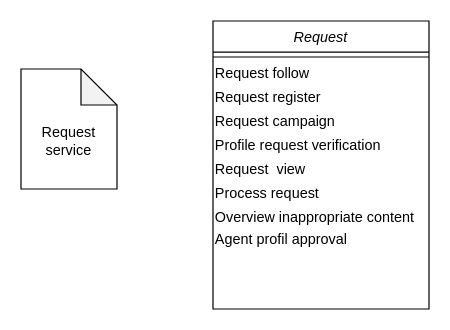
Above: page "Request service" (9 of 10) of Dijagrami.drawio in andjelijaa/XML-projekat (draw.io), before the change. Source tidied: cells renumbered, new cells numbered last; positions are measured from the earlier drawing's top-left corner, leaving out a move shared by most shapes. Both pictures are drawn from the tidied source at 120%, with x=0, y=0 at pixel (20, 20).
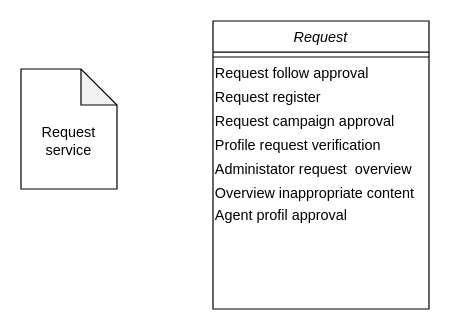
The same diagram, later.

Change to the diagram source:
```diff
@@
 <mxGraphModel>
   <root>
     <mxCell id="0" />
     <mxCell id="1" parent="0" />
     <mxCell id="2" style="shape=note;whiteSpace=wrap;html=1;backgroundOutline=1;darkOpacity=0.05;align=left;" parent="1" vertex="1">
       <mxGeometry y="40" width="80" height="100" as="geometry" />
     </mxCell>
     <mxCell id="3" value="Request service" style="text;html=1;strokeColor=none;fillColor=none;align=center;verticalAlign=middle;whiteSpace=wrap;rounded=0;" parent="1" vertex="1">
       <mxGeometry x="20" y="90" width="40" height="20" as="geometry" />
     </mxCell>
     <mxCell id="4" value="Request" style="swimlane;fontStyle=2;align=center;verticalAlign=top;horizontal=1;startSize=26;rounded=0;shadow=0;strokeWidth=1;" parent="1" vertex="1">
       <mxGeometry x="160" width="180" height="240" as="geometry" />
     </mxCell>
     <mxCell id="5" style="line;html=1;strokeWidth=1;align=left;verticalAlign=middle;spacingTop=-1;spacingLeft=3;spacingRight=3;labelPosition=right;" parent="4" vertex="1">
       <mxGeometry y="26" width="180" height="8" as="geometry" />
     </mxCell>
-    <mxCell id="6" value="Request follow" style="text;html=1;strokeColor=none;fillColor=none;align=left;verticalAlign=middle;whiteSpace=wrap;rounded=0;" parent="4" vertex="1">
+    <mxCell id="6" value="Request follow approval" style="text;html=1;strokeColor=none;fillColor=none;align=left;verticalAlign=middle;whiteSpace=wrap;rounded=0;" parent="4" vertex="1">
       <mxGeometry y="34" width="180" height="20" as="geometry" />
     </mxCell>
     <mxCell id="7" value="Request register" style="text;html=1;strokeColor=none;fillColor=none;align=left;verticalAlign=middle;whiteSpace=wrap;rounded=0;" parent="4" vertex="1">
       <mxGeometry y="54" width="180" height="20" as="geometry" />
     </mxCell>
-    <mxCell id="8" value="Request campaign" style="text;html=1;strokeColor=none;fillColor=none;align=left;verticalAlign=middle;whiteSpace=wrap;rounded=0;" parent="4" vertex="1">
+    <mxCell id="8" value="Request campaign approval" style="text;html=1;strokeColor=none;fillColor=none;align=left;verticalAlign=middle;whiteSpace=wrap;rounded=0;" parent="4" vertex="1">
       <mxGeometry y="74" width="180" height="20" as="geometry" />
     </mxCell>
     <mxCell id="9" value="Profile request verification" style="text;html=1;strokeColor=none;fillColor=none;align=left;verticalAlign=middle;whiteSpace=wrap;rounded=0;" parent="4" vertex="1">
       <mxGeometry y="94" width="180" height="20" as="geometry" />
     </mxCell>
-    <mxCell id="10" value="Request&amp;nbsp; view" style="text;html=1;strokeColor=none;fillColor=none;align=left;verticalAlign=middle;whiteSpace=wrap;rounded=0;" parent="4" vertex="1">
+    <mxCell id="10" value="Administator request&amp;nbsp; overview" style="text;html=1;strokeColor=none;fillColor=none;align=left;verticalAlign=middle;whiteSpace=wrap;rounded=0;" parent="4" vertex="1">
       <mxGeometry y="114" width="180" height="20" as="geometry" />
     </mxCell>
-    <mxCell id="11" value="Process request" style="text;html=1;strokeColor=none;fillColor=none;align=left;verticalAlign=middle;whiteSpace=wrap;rounded=0;" parent="4" vertex="1">
-      <mxGeometry y="134" width="180" height="20" as="geometry" />
-    </mxCell>
     <mxCell id="12" value="Overview inappropriate content&amp;nbsp;" style="text;html=1;strokeColor=none;fillColor=none;align=left;verticalAlign=middle;whiteSpace=wrap;rounded=0;" parent="4" vertex="1">
-      <mxGeometry y="154" width="180" height="20" as="geometry" />
+      <mxGeometry y="134" width="180" height="20" as="geometry" />
     </mxCell>
     <mxCell id="13" value="Agent profil approval" style="text;html=1;strokeColor=none;fillColor=none;align=left;verticalAlign=middle;whiteSpace=wrap;rounded=0;" parent="4" vertex="1">
-      <mxGeometry y="174" width="180" height="16" as="geometry" />
+      <mxGeometry y="154" width="180" height="16" as="geometry" />
     </mxCell>
   </root>
 </mxGraphModel>
```
